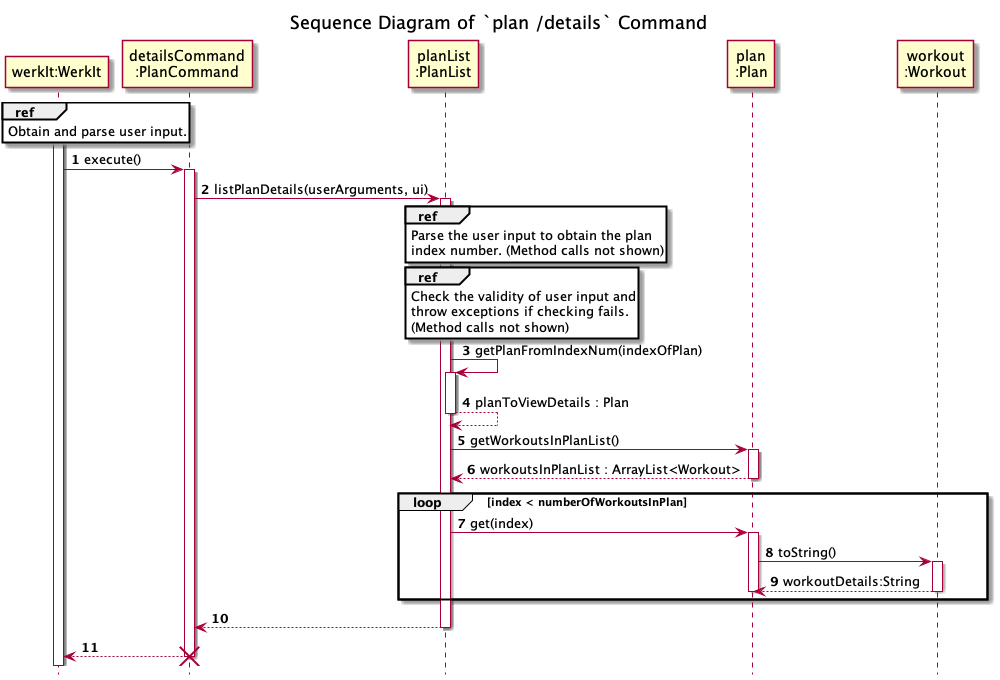
Before: docs/uml/sequenceDiagrams/plans/images/detailsOfPlan.png, a diagram exported from PlantUML (nus-cs2113-AY2122S2/tp).
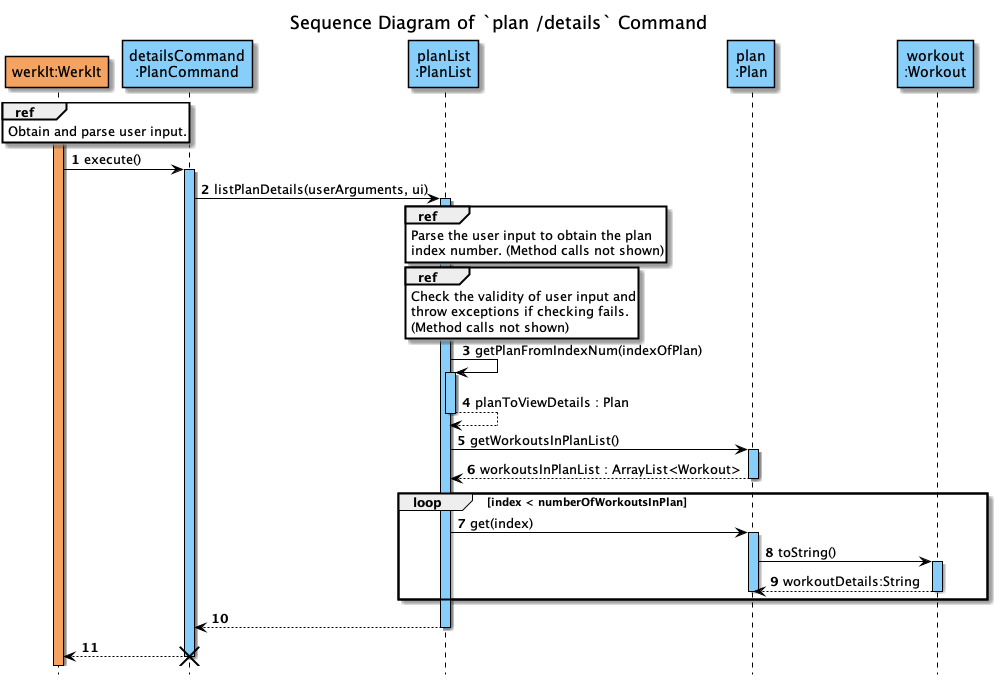
The same diagram one commit later.

Commit message:
Color sequence diagram and standardize the arrow color to black

Diff of the diagram source:
```diff
@@ -6,21 +6,21 @@
 title Sequence Diagram of `plan /details` Command
 hide footbox
 
-participant "werkIt:WerkIt" AS WerkIt
-participant "detailsCommand\n:PlanCommand" AS detailsCommand
-participant "planList\n:PlanList" AS PlanList
-participant "plan\n:Plan" AS Plan
-participant "workout\n:Workout" AS Workout
+participant "werkIt:WerkIt" AS WerkIt COLOR_WERKIT
+participant "detailsCommand\n:PlanCommand" AS detailsCommand COLOR_LOGIC
+participant "planList\n:PlanList" AS PlanList COLOR_LOGIC
+participant "plan\n:Plan" AS Plan COLOR_LOGIC
+participant "workout\n:Workout" AS Workout COLOR_LOGIC
 
-activate WerkIt
+activate WerkIt COLOR_WERKIT
 ref over WerkIt
 Obtain and parse user input.
 end
 
 WerkIt -> detailsCommand : execute()
-activate detailsCommand
+activate detailsCommand COLOR_LOGIC
 detailsCommand -> PlanList : listPlanDetails(userArguments, ui)
-activate PlanList
+activate PlanList COLOR_LOGIC
 ref over PlanList
 Parse the user input to obtain the plan
 index number. (Method calls not shown)
@@ -33,18 +33,18 @@
 end
 
 PlanList -> PlanList : getPlanFromIndexNum(indexOfPlan)
-activate PlanList
+activate PlanList COLOR_LOGIC
 return planToViewDetails : Plan
 
 PlanList -> Plan : getWorkoutsInPlanList()
-activate Plan
+activate Plan COLOR_LOGIC
 return workoutsInPlanList : ArrayList<Workout>
 
 loop index < numberOfWorkoutsInPlan
 PlanList -> Plan : get(index)
-activate Plan
+activate Plan COLOR_LOGIC
 Plan -> Workout : toString()
-activate Workout
+activate Workout COLOR_LOGIC
 return workoutDetails:String
 deactivate Plan
 end
```
